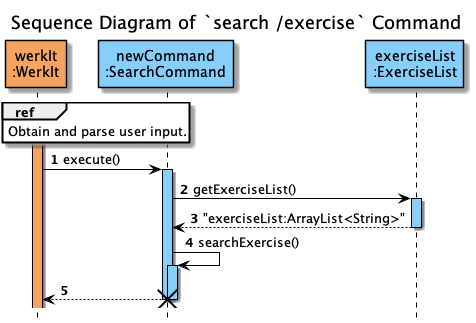
This is docs/uml/sequenceDiagrams/search/images/searchExercise.png from nus-cs2113-AY2122S2/tp, a PlantUML export, as it was before one commit.
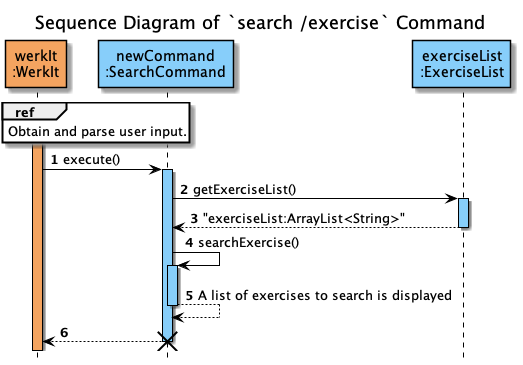
After the commit.

Commit message:
Final update on search sequence diagrams

The edit, as a diff of the source:
```diff
@@ -28,6 +28,7 @@
 
 newCommand -> newCommand : searchExercise()
 activate newCommand #LightSkyBlue
+return A list of exercises to search is displayed
 newCommand --> WerkIt
 deactivate newCommand
 
```
